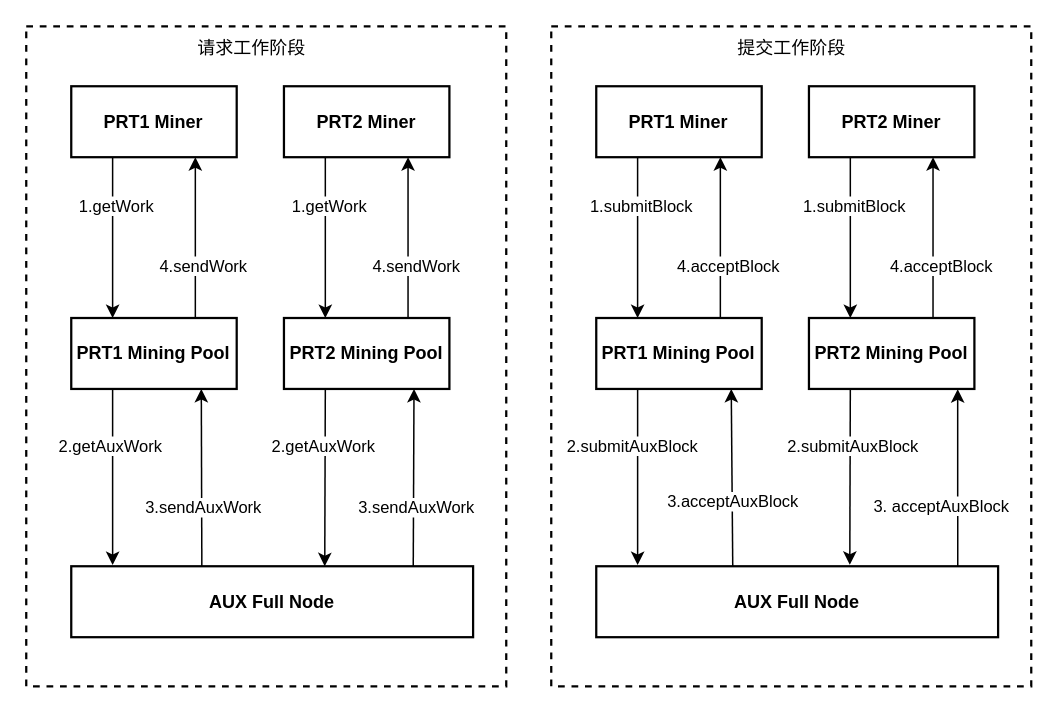
Above: auxwork.drawio in weihanby/Hello_Fudan (draw.io), before the change. Source tidied: cells renumbered, new cells numbered last; positions are measured from the earlier drawing's top-left corner, leaving out a move shared by most shapes. Both pictures are drawn from the tidied source at 150%, with x=0, y=0 at pixel (26, 26).
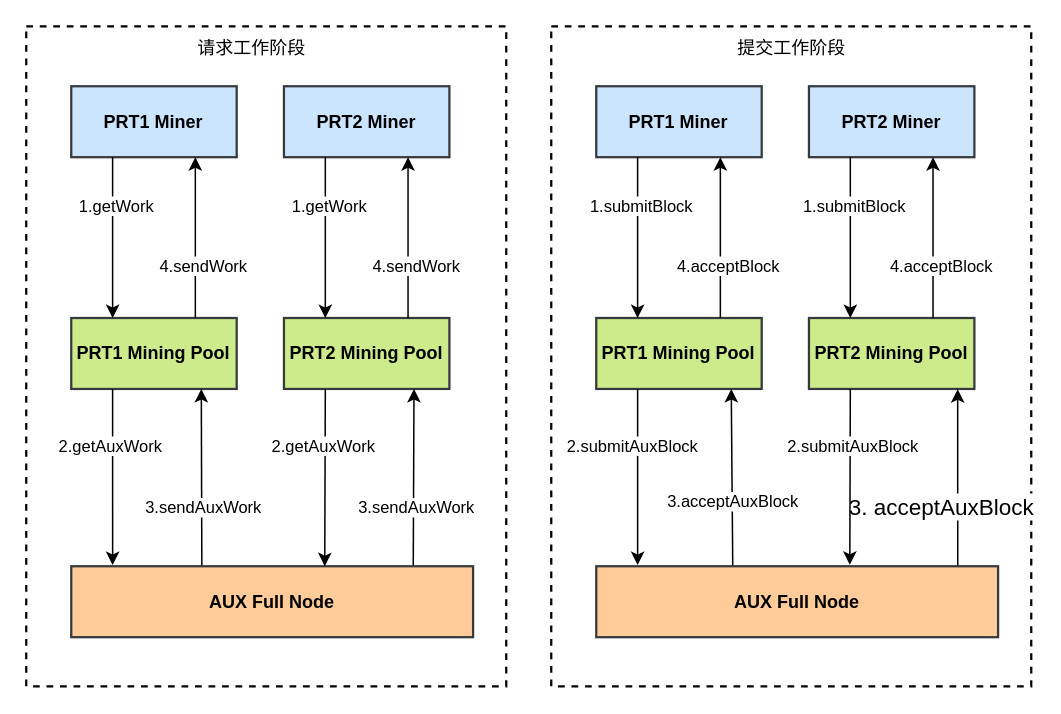
The same diagram, later.

Unchanged cells that the change refers to:
```xml
<mxCell id="4" style="group;strokeWidth=1.5;" parent="1" vertex="1">
  <mxGeometry x="30" y="100" width="267.9" height="260" as="geometry" />
</mxCell>
<mxCell id="11" style="group;strokeWidth=1.5;" parent="1" vertex="1">
  <mxGeometry x="380" y="100" width="267.9" height="260" as="geometry" />
</mxCell>
<mxCell id="16" style="edgeStyle=none;rounded=0;jettySize=auto;html=1;exitX=0.25;exitY=0;exitDx=0;exitDy=0;entryX=0.899;entryY=1.004;entryDx=0;entryDy=0;entryPerimeter=0;" parent="11" edge="1" target="13">
  <mxGeometry relative="1" as="geometry">
    <mxPoint x="241" y="259.8" as="sourcePoint" />
  </mxGeometry>
</mxCell>
```

What changed in the source:
```diff
@@
-    <mxCell id="5" value="&lt;b&gt;PRT1 Mining Pool&lt;/b&gt;" style="whiteSpace=wrap;html=1;strokeWidth=1.5;" parent="4" vertex="1">
+    <mxCell id="5" value="&lt;b&gt;PRT1 Mining Pool&lt;/b&gt;" style="whiteSpace=wrap;html=1;strokeWidth=1.5;fillColor=#cdeb8b;strokeColor=#36393d;" parent="4" vertex="1">
       <mxGeometry y="94.5" width="110.3" height="47.3" as="geometry" />
     </mxCell>
@@
-    <mxCell id="8" value="&lt;b&gt;PRT2 Mining Pool&lt;/b&gt;" style="whiteSpace=wrap;html=1;strokeWidth=1.5;" parent="4" vertex="1">
+    <mxCell id="8" value="&lt;b&gt;PRT2 Mining Pool&lt;/b&gt;" style="whiteSpace=wrap;html=1;strokeWidth=1.5;fillColor=#cdeb8b;strokeColor=#36393d;" parent="4" vertex="1">
       <mxGeometry x="141.8" y="94.5" width="110.3" height="47.3" as="geometry" />
     </mxCell>
@@
-    <mxCell id="12" value="&lt;b&gt;PRT1 Mining Pool&lt;/b&gt;" style="whiteSpace=wrap;html=1;strokeWidth=1.5;" parent="11" vertex="1">
+    <mxCell id="12" value="&lt;b&gt;PRT1 Mining Pool&lt;/b&gt;" style="whiteSpace=wrap;html=1;strokeWidth=1.5;fillColor=#cdeb8b;strokeColor=#36393d;" parent="11" vertex="1">
       <mxGeometry y="94.5" width="110.3" height="47.3" as="geometry" />
     </mxCell>
-    <mxCell id="13" value="&lt;b&gt;PRT2 Mining Pool&lt;/b&gt;" style="whiteSpace=wrap;html=1;strokeWidth=1.5;" parent="11" vertex="1">
+    <mxCell id="13" value="&lt;b&gt;PRT2 Mining Pool&lt;/b&gt;" style="whiteSpace=wrap;html=1;strokeWidth=1.5;fillColor=#cdeb8b;strokeColor=#36393d;" parent="11" vertex="1">
       <mxGeometry x="141.8" y="94.5" width="110.3" height="47.3" as="geometry" />
     </mxCell>
@@
-    <mxCell id="17" value="3.&amp;nbsp;acceptAuxBlock" style="edgeLabel;html=1;align=center;verticalAlign=middle;" parent="16" vertex="1">
+    <mxCell id="17" value="&lt;font style=&quot;font-size: 15px;&quot;&gt;3.&amp;nbsp;acceptAuxBlock&lt;/font&gt;" style="edgeLabel;html=1;align=center;verticalAlign=middle;fontSize=10;" parent="16" vertex="1">
       <mxGeometry x="-0.41" y="-1" relative="1" as="geometry">
         <mxPoint x="-12" y="-5" as="offset" />
       </mxGeometry>
     </mxCell>
-    <mxCell id="18" value="&lt;b&gt;PRT2 Miner&lt;/b&gt;" style="whiteSpace=wrap;html=1;strokeWidth=1.5;" parent="1" vertex="1">
+    <mxCell id="18" value="&lt;b&gt;PRT2 Miner&lt;/b&gt;" style="whiteSpace=wrap;html=1;strokeWidth=1.5;fillColor=#cce5ff;strokeColor=#36393d;" parent="1" vertex="1">
       <mxGeometry x="171.8" y="40" width="110.3" height="47.3" as="geometry" />
     </mxCell>
@@
-    <mxCell id="23" value="&lt;b&gt;PRT1 Miner&lt;/b&gt;" style="whiteSpace=wrap;html=1;strokeWidth=1.5;" parent="1" vertex="1">
+    <mxCell id="23" value="&lt;b&gt;PRT1 Miner&lt;/b&gt;" style="whiteSpace=wrap;html=1;strokeWidth=1.5;fillColor=#cce5ff;strokeColor=#36393d;" parent="1" vertex="1">
       <mxGeometry x="30" y="40" width="110.3" height="47.3" as="geometry" />
     </mxCell>
@@
-    <mxCell id="28" value="&lt;b&gt;AUX Full Node&lt;/b&gt;" style="whiteSpace=wrap;html=1;strokeWidth=1.5;" parent="1" vertex="1">
+    <mxCell id="28" value="&lt;b&gt;AUX Full Node&lt;/b&gt;" style="whiteSpace=wrap;html=1;strokeWidth=1.5;fillColor=#ffcc99;strokeColor=#36393d;" parent="1" vertex="1">
       <mxGeometry x="30" y="360" width="267.9" height="47.3" as="geometry" />
     </mxCell>
@@
-    <mxCell id="31" value="&lt;b&gt;PRT1 Miner&lt;/b&gt;" style="whiteSpace=wrap;html=1;strokeWidth=1.5;" parent="1" vertex="1">
+    <mxCell id="31" value="&lt;b&gt;PRT1 Miner&lt;/b&gt;" style="whiteSpace=wrap;html=1;strokeWidth=1.5;fillColor=#cce5ff;strokeColor=#36393d;" parent="1" vertex="1">
       <mxGeometry x="380" y="40" width="110.3" height="47.3" as="geometry" />
     </mxCell>
@@
-    <mxCell id="36" value="&lt;b&gt;PRT2 Miner&lt;/b&gt;" style="whiteSpace=wrap;html=1;strokeWidth=1.5;" parent="1" vertex="1">
+    <mxCell id="36" value="&lt;b&gt;PRT2 Miner&lt;/b&gt;" style="whiteSpace=wrap;html=1;strokeWidth=1.5;fillColor=#cce5ff;strokeColor=#36393d;" parent="1" vertex="1">
       <mxGeometry x="521.8" y="40" width="110.3" height="47.3" as="geometry" />
     </mxCell>
@@
-    <mxCell id="41" value="&lt;b&gt;AUX Full Node&lt;/b&gt;" style="whiteSpace=wrap;html=1;strokeWidth=1.5;" parent="1" vertex="1">
+    <mxCell id="41" value="&lt;b&gt;AUX Full Node&lt;/b&gt;" style="whiteSpace=wrap;html=1;strokeWidth=1.5;fillColor=#ffcc99;strokeColor=#36393d;" parent="1" vertex="1">
       <mxGeometry x="380" y="360" width="267.9" height="47.3" as="geometry" />
     </mxCell>
```
